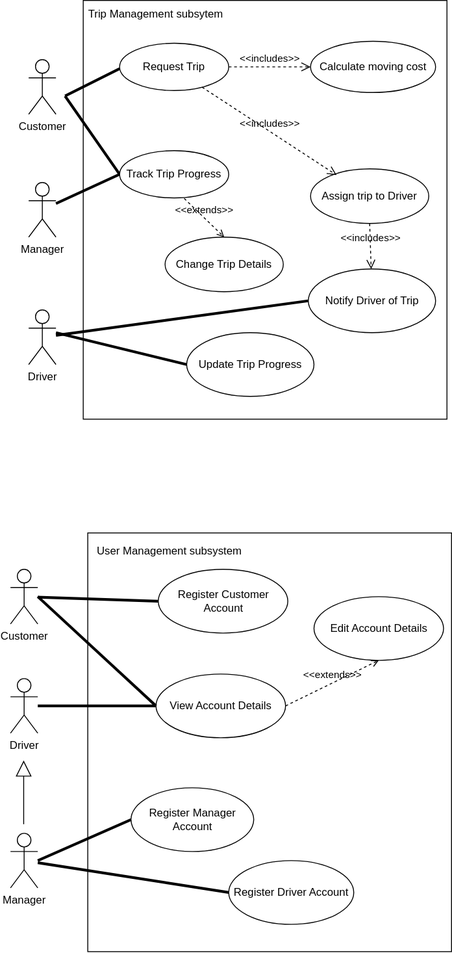
Above: draft1.drawio.svg in KarenM-tech/diagrams (draw.io), before the change. Source tidied: cells renumbered, new cells last; positions are measured from the earlier drawing's top-left corner, leaving out a move shared by most shapes. Source of this version:
```xml
<mxGraphModel>
  <root>
    <mxCell id="0" />
    <mxCell id="1" parent="0" />
    <mxCell id="2" style="rounded=0;whiteSpace=wrap;html=1;rotation=-180;direction=south;" parent="1" vertex="1">
      <mxGeometry x="80" width="400" height="460" as="geometry" />
    </mxCell>
    <mxCell id="3" value="Trip Management subsytem" style="text;strokeColor=none;align=center;fillColor=none;html=1;verticalAlign=middle;whiteSpace=wrap;rounded=0;" parent="1" vertex="1">
      <mxGeometry x="70" y="5" width="180" height="20" as="geometry" />
    </mxCell>
    <mxCell id="4" value="Driver" style="shape=umlActor;verticalLabelPosition=bottom;verticalAlign=top;html=1;" parent="1" vertex="1">
      <mxGeometry x="20" y="340" width="30" height="60" as="geometry" />
    </mxCell>
    <mxCell id="5" value="Manager" style="shape=umlActor;verticalLabelPosition=bottom;verticalAlign=top;html=1;" parent="1" vertex="1">
      <mxGeometry x="20" y="200" width="30" height="60" as="geometry" />
    </mxCell>
    <mxCell id="6" value="Customer" style="shape=umlActor;verticalLabelPosition=bottom;verticalAlign=top;html=1;" parent="1" vertex="1">
      <mxGeometry x="20" y="65" width="30" height="60" as="geometry" />
    </mxCell>
    <mxCell id="7" value="Notify Driver of Trip" style="ellipse;whiteSpace=wrap;html=1;" parent="1" vertex="1">
      <mxGeometry x="327.5" y="295" width="140" height="70" as="geometry" />
    </mxCell>
    <mxCell id="8" value="Request Trip" style="ellipse;whiteSpace=wrap;html=1;" parent="1" vertex="1">
      <mxGeometry x="120" y="47" width="120" height="52" as="geometry" />
    </mxCell>
    <mxCell id="9" style="endArrow=none;startArrow=none;endFill=0;startFill=0;endSize=8;html=1;verticalAlign=bottom;labelBackgroundColor=none;strokeWidth=3;rounded=0;" parent="1" edge="1">
      <mxGeometry relative="1" as="geometry">
        <mxPoint x="60" y="105" as="sourcePoint" />
        <mxPoint x="120" y="75" as="targetPoint" />
      </mxGeometry>
    </mxCell>
    <mxCell id="10" value="Calculate moving cost" style="ellipse;whiteSpace=wrap;html=1;" parent="1" vertex="1">
      <mxGeometry x="330" y="44.9" width="137.5" height="56.2" as="geometry" />
    </mxCell>
    <mxCell id="11" style="endArrow=none;startArrow=none;endFill=0;startFill=0;endSize=8;html=1;verticalAlign=bottom;labelBackgroundColor=none;strokeWidth=3;rounded=0;entryX=0;entryY=0.5;entryDx=0;entryDy=0;" parent="1" edge="1" target="12">
      <mxGeometry relative="1" as="geometry">
        <mxPoint x="60" y="105" as="sourcePoint" />
      </mxGeometry>
    </mxCell>
    <mxCell id="12" value="Track Trip Progress" style="ellipse;whiteSpace=wrap;html=1;" parent="1" vertex="1">
      <mxGeometry x="120" y="165" width="120" height="52" as="geometry" />
    </mxCell>
    <mxCell id="13" style="endArrow=none;startArrow=none;endFill=0;startFill=0;endSize=8;html=1;verticalAlign=bottom;labelBackgroundColor=none;strokeWidth=3;rounded=0;exitX=0;exitY=0.5;exitDx=0;exitDy=0;" parent="1" edge="1" source="12" target="5">
      <mxGeometry relative="1" as="geometry" />
    </mxCell>
    <mxCell id="14" style="endArrow=none;startArrow=none;endFill=0;startFill=0;endSize=8;html=1;verticalAlign=bottom;labelBackgroundColor=none;strokeWidth=3;rounded=0;entryX=0;entryY=0.5;entryDx=0;entryDy=0;" parent="1" edge="1" source="4" target="7">
      <mxGeometry relative="1" as="geometry" />
    </mxCell>
    <mxCell id="15" value="Change Trip Details" style="ellipse;whiteSpace=wrap;html=1;" parent="1" vertex="1">
      <mxGeometry x="170" y="260" width="130" height="60" as="geometry" />
    </mxCell>
    <mxCell id="16" value="&amp;lt;&amp;lt;extends&amp;gt;&amp;gt;" style="endArrow=open;html=1;rounded=0;align=center;verticalAlign=bottom;dashed=1;endFill=0;labelBackgroundColor=none;exitX=0.592;exitY=1.011;exitDx=0;exitDy=0;entryX=0.5;entryY=0;entryDx=0;entryDy=0;exitPerimeter=0;" parent="1" edge="1" source="12" target="15">
      <mxGeometry relative="1" as="geometry" />
    </mxCell>
    <mxCell id="17" style="html=1;align=center;verticalAlign=top;labelBackgroundColor=none;" parent="16" vertex="1">
      <mxGeometry relative="1" as="geometry" />
    </mxCell>
    <mxCell id="18" value="&amp;lt;&amp;lt;includes&amp;gt;&amp;gt;" style="endArrow=open;startArrow=none;endFill=0;startFill=0;endSize=8;html=1;verticalAlign=bottom;dashed=1;labelBackgroundColor=none;rounded=0;exitX=1;exitY=0.5;exitDx=0;exitDy=0;entryX=0;entryY=0.5;entryDx=0;entryDy=0;" parent="1" edge="1" source="8" target="10">
      <mxGeometry relative="1" as="geometry" />
    </mxCell>
    <mxCell id="19" style="rounded=0;whiteSpace=wrap;html=1;rotation=-180;direction=south;" parent="1" vertex="1">
      <mxGeometry x="85" y="585" width="400" height="460" as="geometry" />
    </mxCell>
    <mxCell id="20" value="User Management subsystem" style="text;strokeColor=none;align=center;fillColor=none;html=1;verticalAlign=middle;whiteSpace=wrap;rounded=0;" parent="1" vertex="1">
      <mxGeometry x="85" y="595" width="180" height="20" as="geometry" />
    </mxCell>
    <mxCell id="21" value="Driver" style="shape=umlActor;verticalLabelPosition=bottom;verticalAlign=top;html=1;" parent="1" vertex="1">
      <mxGeometry y="745" width="30" height="60" as="geometry" />
    </mxCell>
    <mxCell id="22" value="Manager" style="shape=umlActor;verticalLabelPosition=bottom;verticalAlign=top;html=1;" parent="1" vertex="1">
      <mxGeometry y="915" width="30" height="60" as="geometry" />
    </mxCell>
    <mxCell id="23" value="Customer" style="shape=umlActor;verticalLabelPosition=bottom;verticalAlign=top;html=1;" parent="1" vertex="1">
      <mxGeometry y="625" width="30" height="60" as="geometry" />
    </mxCell>
    <mxCell id="24" value="Register Customer Account" style="ellipse;whiteSpace=wrap;html=1;" parent="1" vertex="1">
      <mxGeometry x="162.5" y="625" width="142.5" height="70" as="geometry" />
    </mxCell>
    <mxCell id="25" value="Register Manager Account" style="ellipse;whiteSpace=wrap;html=1;" parent="1" vertex="1">
      <mxGeometry x="132.5" y="865" width="135" height="70" as="geometry" />
    </mxCell>
    <mxCell id="26" value="Register Driver Account" style="ellipse;whiteSpace=wrap;html=1;" parent="1" vertex="1">
      <mxGeometry x="240" y="945" width="137.5" height="70" as="geometry" />
    </mxCell>
    <mxCell id="27" style="endArrow=none;html=1;rounded=0;entryX=0;entryY=0.5;entryDx=0;entryDy=0;strokeWidth=3;" parent="1" edge="1" target="25">
      <mxGeometry relative="1" as="geometry">
        <mxPoint x="30" y="945" as="sourcePoint" />
      </mxGeometry>
    </mxCell>
    <mxCell id="28" style="endArrow=none;html=1;rounded=0;entryX=0;entryY=0.5;entryDx=0;entryDy=0;strokeWidth=3;" parent="1" edge="1" source="23" target="24">
      <mxGeometry relative="1" as="geometry" />
    </mxCell>
    <mxCell id="29" style="endArrow=none;html=1;rounded=0;entryX=0;entryY=0.5;entryDx=0;entryDy=0;strokeWidth=3;" parent="1" edge="1" source="22" target="26">
      <mxGeometry relative="1" as="geometry" />
    </mxCell>
    <mxCell id="30" value="View Account Details" style="ellipse;whiteSpace=wrap;html=1;" parent="1" vertex="1">
      <mxGeometry x="160" y="740" width="142.5" height="70" as="geometry" />
    </mxCell>
    <mxCell id="31" style="endArrow=none;html=1;rounded=0;entryX=0;entryY=0.5;entryDx=0;entryDy=0;strokeWidth=3;" parent="1" edge="1" source="21" target="30">
      <mxGeometry relative="1" as="geometry" />
    </mxCell>
    <mxCell id="32" style="endArrow=none;html=1;rounded=0;entryX=0;entryY=0.5;entryDx=0;entryDy=0;strokeWidth=3;" parent="1" edge="1" target="30">
      <mxGeometry relative="1" as="geometry">
        <mxPoint x="30" y="655" as="sourcePoint" />
      </mxGeometry>
    </mxCell>
    <mxCell id="33" style="endArrow=block;html=1;rounded=0;endFill=0;endSize=15;" parent="1" edge="1">
      <mxGeometry relative="1" as="geometry">
        <mxPoint x="14.5" y="905" as="sourcePoint" />
        <mxPoint x="14.5" y="835" as="targetPoint" />
      </mxGeometry>
    </mxCell>
    <mxCell id="34" value="Edit Account Details" style="ellipse;whiteSpace=wrap;html=1;" parent="1" vertex="1">
      <mxGeometry x="333.8" y="655" width="142.5" height="70" as="geometry" />
    </mxCell>
    <mxCell id="35" value="&amp;lt;&amp;lt;extends&amp;gt;&amp;gt;" style="endArrow=open;html=1;rounded=0;align=center;verticalAlign=bottom;dashed=1;endFill=0;labelBackgroundColor=none;exitX=1;exitY=0.5;exitDx=0;exitDy=0;entryX=0.5;entryY=1;entryDx=0;entryDy=0;" parent="1" edge="1" source="30" target="34">
      <mxGeometry relative="1" as="geometry" />
    </mxCell>
    <mxCell id="36" style="html=1;align=center;verticalAlign=top;labelBackgroundColor=none;" parent="35" vertex="1">
      <mxGeometry relative="1" as="geometry" />
    </mxCell>
    <mxCell id="37" value="Assign trip to Driver" style="ellipse;whiteSpace=wrap;html=1;" parent="1" vertex="1">
      <mxGeometry x="330" y="185" width="130" height="60" as="geometry" />
    </mxCell>
    <mxCell id="38" value="&amp;lt;&amp;lt;includes&amp;gt;&amp;gt;" style="endArrow=open;startArrow=none;endFill=0;startFill=0;endSize=8;html=1;verticalAlign=bottom;dashed=1;labelBackgroundColor=none;rounded=0;exitX=0.756;exitY=0.929;exitDx=0;exitDy=0;entryX=0.22;entryY=0.114;entryDx=0;entryDy=0;exitPerimeter=0;entryPerimeter=0;" parent="1" edge="1" source="8" target="37">
      <mxGeometry relative="1" as="geometry" />
    </mxCell>
    <mxCell id="39" value="&amp;lt;&amp;lt;includes&amp;gt;&amp;gt;" style="endArrow=open;startArrow=none;endFill=0;startFill=0;endSize=8;html=1;verticalAlign=bottom;dashed=1;labelBackgroundColor=none;rounded=0;exitX=0.5;exitY=1;exitDx=0;exitDy=0;" parent="1" edge="1" source="37" target="7">
      <mxGeometry relative="1" as="geometry" />
    </mxCell>
    <mxCell id="40" value="Update Trip Progress" style="ellipse;whiteSpace=wrap;html=1;" parent="1" vertex="1">
      <mxGeometry x="193.8" y="365" width="140" height="70" as="geometry" />
    </mxCell>
    <mxCell id="41" style="endArrow=none;startArrow=none;endFill=0;startFill=0;endSize=8;html=1;verticalAlign=bottom;labelBackgroundColor=none;strokeWidth=3;rounded=0;entryX=0;entryY=0.5;entryDx=0;entryDy=0;" parent="1" edge="1" target="40">
      <mxGeometry relative="1" as="geometry">
        <mxPoint x="50" y="365" as="sourcePoint" />
      </mxGeometry>
    </mxCell>
  </root>
</mxGraphModel>
```
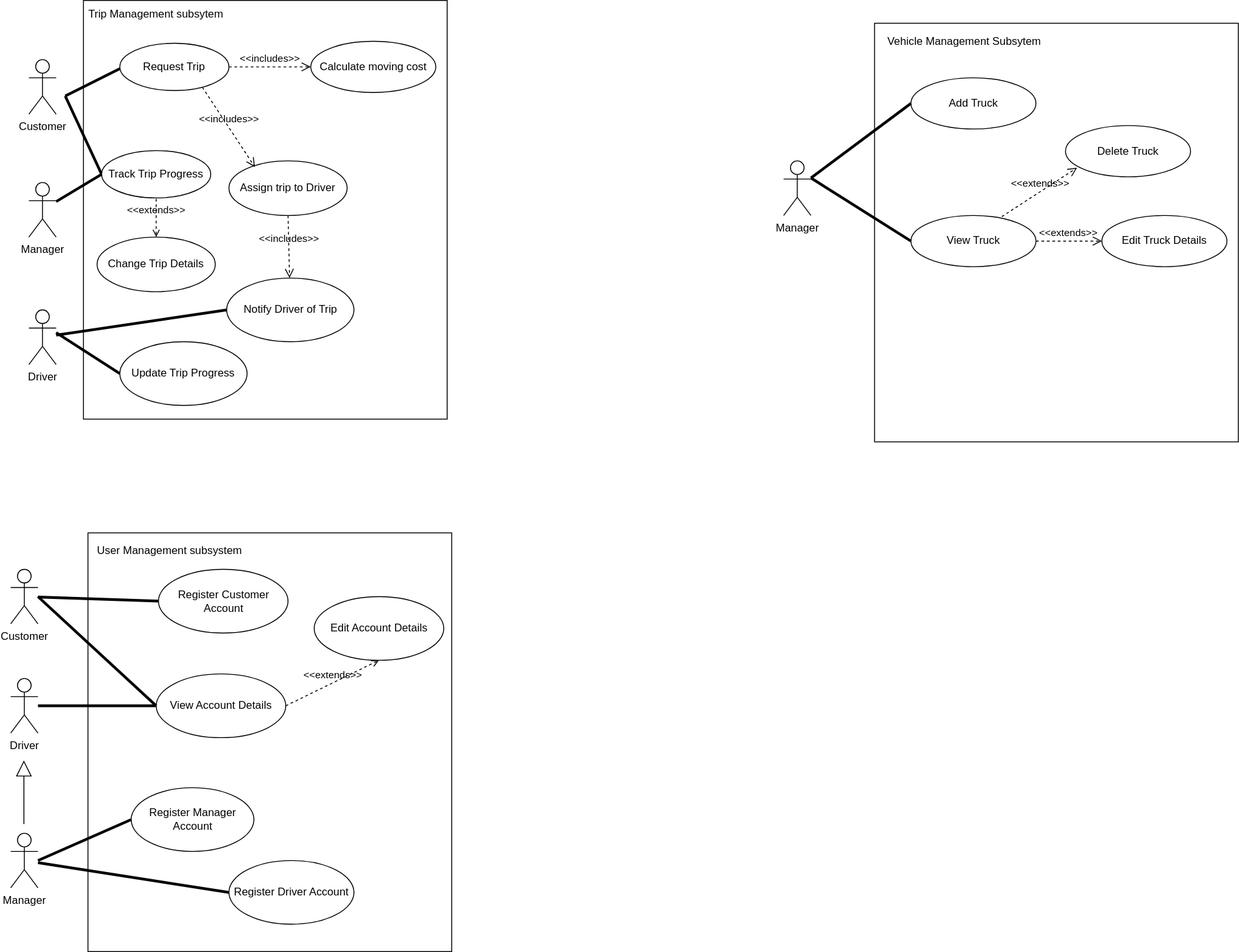
After the commit.

Commit message:
Added Vehicle Management Subsystem

What changed in the source:
```diff
@@ -18,7 +18,7 @@
       <mxGeometry x="20" y="65" width="30" height="60" as="geometry" />
     </mxCell>
     <mxCell id="7" value="Notify Driver of Trip" style="ellipse;whiteSpace=wrap;html=1;" parent="1" vertex="1">
-      <mxGeometry x="327.5" y="295" width="140" height="70" as="geometry" />
+      <mxGeometry x="237.5" y="305" width="140" height="70" as="geometry" />
     </mxCell>
     <mxCell id="8" value="Request Trip" style="ellipse;whiteSpace=wrap;html=1;" parent="1" vertex="1">
       <mxGeometry x="120" y="47" width="120" height="52" as="geometry" />
@@ -38,7 +38,7 @@
       </mxGeometry>
     </mxCell>
     <mxCell id="12" value="Track Trip Progress" style="ellipse;whiteSpace=wrap;html=1;" parent="1" vertex="1">
-      <mxGeometry x="120" y="165" width="120" height="52" as="geometry" />
+      <mxGeometry x="100" y="165" width="120" height="52" as="geometry" />
     </mxCell>
     <mxCell id="13" style="endArrow=none;startArrow=none;endFill=0;startFill=0;endSize=8;html=1;verticalAlign=bottom;labelBackgroundColor=none;strokeWidth=3;rounded=0;exitX=0;exitY=0.5;exitDx=0;exitDy=0;" parent="1" edge="1" source="12" target="5">
       <mxGeometry relative="1" as="geometry" />
@@ -47,10 +47,12 @@
       <mxGeometry relative="1" as="geometry" />
     </mxCell>
     <mxCell id="15" value="Change Trip Details" style="ellipse;whiteSpace=wrap;html=1;" parent="1" vertex="1">
-      <mxGeometry x="170" y="260" width="130" height="60" as="geometry" />
+      <mxGeometry x="95" y="260" width="130" height="60" as="geometry" />
     </mxCell>
-    <mxCell id="16" value="&amp;lt;&amp;lt;extends&amp;gt;&amp;gt;" style="endArrow=open;html=1;rounded=0;align=center;verticalAlign=bottom;dashed=1;endFill=0;labelBackgroundColor=none;exitX=0.592;exitY=1.011;exitDx=0;exitDy=0;entryX=0.5;entryY=0;entryDx=0;entryDy=0;exitPerimeter=0;" parent="1" edge="1" source="12" target="15">
-      <mxGeometry relative="1" as="geometry" />
+    <mxCell id="16" value="&amp;lt;&amp;lt;extends&amp;gt;&amp;gt;" style="endArrow=open;html=1;rounded=0;align=center;verticalAlign=bottom;dashed=1;endFill=0;labelBackgroundColor=none;entryX=0.5;entryY=0;entryDx=0;entryDy=0;" parent="1" edge="1" target="15">
+      <mxGeometry relative="1" as="geometry">
+        <mxPoint x="160" y="218" as="sourcePoint" />
+      </mxGeometry>
     </mxCell>
     <mxCell id="17" style="html=1;align=center;verticalAlign=top;labelBackgroundColor=none;" parent="16" vertex="1">
       <mxGeometry relative="1" as="geometry" />
@@ -120,7 +122,7 @@
       <mxGeometry relative="1" as="geometry" />
     </mxCell>
     <mxCell id="37" value="Assign trip to Driver" style="ellipse;whiteSpace=wrap;html=1;" parent="1" vertex="1">
-      <mxGeometry x="330" y="185" width="130" height="60" as="geometry" />
+      <mxGeometry x="240" y="176.2" width="130" height="60" as="geometry" />
     </mxCell>
     <mxCell id="38" value="&amp;lt;&amp;lt;includes&amp;gt;&amp;gt;" style="endArrow=open;startArrow=none;endFill=0;startFill=0;endSize=8;html=1;verticalAlign=bottom;dashed=1;labelBackgroundColor=none;rounded=0;exitX=0.756;exitY=0.929;exitDx=0;exitDy=0;entryX=0.22;entryY=0.114;entryDx=0;entryDy=0;exitPerimeter=0;entryPerimeter=0;" parent="1" edge="1" source="8" target="37">
       <mxGeometry relative="1" as="geometry" />
@@ -129,12 +131,47 @@
       <mxGeometry relative="1" as="geometry" />
     </mxCell>
     <mxCell id="40" value="Update Trip Progress" style="ellipse;whiteSpace=wrap;html=1;" parent="1" vertex="1">
-      <mxGeometry x="193.8" y="365" width="140" height="70" as="geometry" />
+      <mxGeometry x="120" y="375" width="140" height="70" as="geometry" />
     </mxCell>
     <mxCell id="41" style="endArrow=none;startArrow=none;endFill=0;startFill=0;endSize=8;html=1;verticalAlign=bottom;labelBackgroundColor=none;strokeWidth=3;rounded=0;entryX=0;entryY=0.5;entryDx=0;entryDy=0;" parent="1" edge="1" target="40">
       <mxGeometry relative="1" as="geometry">
         <mxPoint x="50" y="365" as="sourcePoint" />
       </mxGeometry>
     </mxCell>
+    <mxCell id="42" style="rounded=0;whiteSpace=wrap;html=1;rotation=-180;direction=south;" parent="1" vertex="1">
+      <mxGeometry x="950" y="25" width="400" height="460" as="geometry" />
+    </mxCell>
+    <mxCell id="43" value="Vehicle Management Subsytem" style="text;strokeColor=none;align=center;fillColor=none;html=1;verticalAlign=middle;whiteSpace=wrap;rounded=0;" parent="1" vertex="1">
+      <mxGeometry x="958.8" y="35" width="180" height="20" as="geometry" />
+    </mxCell>
+    <mxCell id="44" value="Manager" style="shape=umlActor;verticalLabelPosition=bottom;verticalAlign=top;html=1;outlineConnect=0;" parent="1" vertex="1">
+      <mxGeometry x="850" y="176.2" width="30" height="60" as="geometry" />
+    </mxCell>
+    <mxCell id="45" value="Add Truck" style="ellipse;whiteSpace=wrap;html=1;" parent="1" vertex="1">
+      <mxGeometry x="990" y="85" width="137.5" height="56.2" as="geometry" />
+    </mxCell>
+    <mxCell id="46" value="View Truck" style="ellipse;whiteSpace=wrap;html=1;" parent="1" vertex="1">
+      <mxGeometry x="990" y="236.2" width="137.5" height="56.2" as="geometry" />
+    </mxCell>
+    <mxCell id="47" value="Edit Truck Details" style="ellipse;whiteSpace=wrap;html=1;" parent="1" vertex="1">
+      <mxGeometry x="1200" y="236.2" width="137.5" height="56.2" as="geometry" />
+    </mxCell>
+    <mxCell id="48" value="Delete Truck" style="ellipse;whiteSpace=wrap;html=1;" parent="1" vertex="1">
+      <mxGeometry x="1160" y="137.5" width="137.5" height="56.2" as="geometry" />
+    </mxCell>
+    <mxCell id="49" value="&amp;lt;&amp;lt;extends&amp;gt;&amp;gt;" style="endArrow=open;startArrow=none;endFill=0;startFill=0;endSize=8;html=1;verticalAlign=bottom;dashed=1;labelBackgroundColor=none;rounded=0;exitX=1;exitY=0.5;exitDx=0;exitDy=0;entryX=0;entryY=0.5;entryDx=0;entryDy=0;" parent="1" edge="1" source="46" target="47">
+      <mxGeometry relative="1" as="geometry" />
+    </mxCell>
+    <mxCell id="50" value="&amp;lt;&amp;lt;extends&amp;gt;&amp;gt;" style="endArrow=open;startArrow=none;endFill=0;startFill=0;endSize=8;html=1;verticalAlign=bottom;dashed=1;labelBackgroundColor=none;rounded=0;exitX=0.727;exitY=0.022;exitDx=0;exitDy=0;entryX=0.092;entryY=0.824;entryDx=0;entryDy=0;entryPerimeter=0;exitPerimeter=0;" parent="1" edge="1" source="46" target="48">
+      <mxGeometry relative="1" as="geometry" />
+    </mxCell>
+    <mxCell id="51" style="endArrow=none;startArrow=none;endFill=0;startFill=0;endSize=8;html=1;verticalAlign=bottom;labelBackgroundColor=none;strokeWidth=3;rounded=0;entryX=0;entryY=0.5;entryDx=0;entryDy=0;" parent="1" edge="1" source="44" target="45">
+      <mxGeometry relative="1" as="geometry" />
+    </mxCell>
+    <mxCell id="52" style="endArrow=none;startArrow=none;endFill=0;startFill=0;endSize=8;html=1;verticalAlign=bottom;labelBackgroundColor=none;strokeWidth=3;rounded=0;entryX=0;entryY=0.5;entryDx=0;entryDy=0;" parent="1" edge="1" target="46">
+      <mxGeometry relative="1" as="geometry">
+        <mxPoint x="880" y="195" as="sourcePoint" />
+      </mxGeometry>
+    </mxCell>
   </root>
 </mxGraphModel>
```
